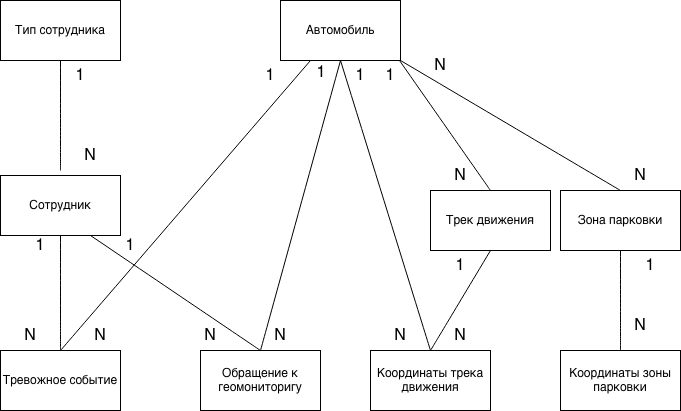
Before: sem4/db/coursework/myPhoto/schema.png, a diagram exported from draw.io (vizurth/poly). Source tidied: cells renumbered, new cells last; positions are measured from the earlier drawing's top-left corner, leaving out a move shared by most shapes.
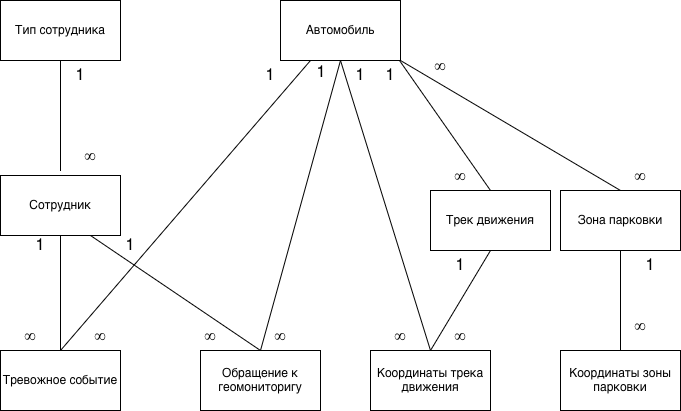
After the change.

The edit, as a diff of the source:
```diff
@@ -61,43 +61,43 @@
     <mxCell id="19" value="1" style="text;html=1;whiteSpace=wrap;strokeColor=none;fillColor=none;align=center;verticalAlign=middle;rounded=0;fontSize=16;" parent="1" vertex="1">
       <mxGeometry x="50" y="60" width="60" height="30" as="geometry" />
     </mxCell>
-    <mxCell id="20" value="N" style="text;html=1;whiteSpace=wrap;strokeColor=none;fillColor=none;align=center;verticalAlign=middle;rounded=0;fontSize=16;" parent="1" vertex="1">
+    <mxCell id="20" value="&lt;span style=&quot;font-size:12pt;font-family:'Times New Roman',serif;color:#000000;background-color:transparent;font-weight:400;font-style:normal;font-variant:normal;text-decoration:none;vertical-align:baseline;white-space:pre;white-space:pre-wrap;&quot; id=&quot;docs-internal-guid-0c4a8c4d-7fff-d6dd-e139-eca4c9bde8dc&quot;&gt;∞&lt;/span&gt;" style="text;html=1;whiteSpace=wrap;strokeColor=none;fillColor=none;align=center;verticalAlign=middle;rounded=0;fontSize=16;" parent="1" vertex="1">
       <mxGeometry x="60" y="140" width="60" height="30" as="geometry" />
     </mxCell>
     <mxCell id="21" value="1" style="text;html=1;whiteSpace=wrap;strokeColor=none;fillColor=none;align=center;verticalAlign=middle;rounded=0;fontSize=16;" parent="1" vertex="1">
       <mxGeometry x="10" y="230" width="60" height="30" as="geometry" />
     </mxCell>
-    <mxCell id="22" value="N" style="text;html=1;whiteSpace=wrap;strokeColor=none;fillColor=none;align=center;verticalAlign=middle;rounded=0;fontSize=16;" parent="1" vertex="1">
+    <mxCell id="22" value="&lt;span style=&quot;font-size:12pt;font-family:'Times New Roman',serif;color:#000000;background-color:transparent;font-weight:400;font-style:normal;font-variant:normal;text-decoration:none;vertical-align:baseline;white-space:pre;white-space:pre-wrap;&quot; id=&quot;docs-internal-guid-0c4a8c4d-7fff-d6dd-e139-eca4c9bde8dc&quot;&gt;∞&lt;/span&gt;" style="text;html=1;whiteSpace=wrap;strokeColor=none;fillColor=none;align=center;verticalAlign=middle;rounded=0;fontSize=16;" parent="1" vertex="1">
       <mxGeometry y="320" width="60" height="30" as="geometry" />
     </mxCell>
-    <mxCell id="23" value="N" style="text;html=1;whiteSpace=wrap;strokeColor=none;fillColor=none;align=center;verticalAlign=middle;rounded=0;fontSize=16;" parent="1" vertex="1">
+    <mxCell id="23" value="&lt;span style=&quot;font-size:12pt;font-family:'Times New Roman',serif;color:#000000;background-color:transparent;font-weight:400;font-style:normal;font-variant:normal;text-decoration:none;vertical-align:baseline;white-space:pre;white-space:pre-wrap;&quot; id=&quot;docs-internal-guid-0c4a8c4d-7fff-d6dd-e139-eca4c9bde8dc&quot;&gt;∞&lt;/span&gt;" style="text;html=1;whiteSpace=wrap;strokeColor=none;fillColor=none;align=center;verticalAlign=middle;rounded=0;fontSize=16;" parent="1" vertex="1">
       <mxGeometry x="70" y="320" width="60" height="30" as="geometry" />
     </mxCell>
     <mxCell id="24" value="1" style="text;html=1;whiteSpace=wrap;strokeColor=none;fillColor=none;align=center;verticalAlign=middle;rounded=0;fontSize=16;" parent="1" vertex="1">
       <mxGeometry x="240" y="60" width="60" height="30" as="geometry" />
     </mxCell>
-    <mxCell id="25" value="N" style="text;html=1;whiteSpace=wrap;strokeColor=none;fillColor=none;align=center;verticalAlign=middle;rounded=0;fontSize=16;" parent="1" vertex="1">
+    <mxCell id="25" value="&lt;meta charset=&quot;utf-8&quot;&gt;&lt;span style=&quot;font-size:12pt;font-family:'Times New Roman',serif;color:#000000;background-color:transparent;font-weight:400;font-style:normal;font-variant:normal;text-decoration:none;vertical-align:baseline;white-space:pre;white-space:pre-wrap;&quot; id=&quot;docs-internal-guid-0c4a8c4d-7fff-d6dd-e139-eca4c9bde8dc&quot;&gt;∞&lt;/span&gt;" style="text;html=1;whiteSpace=wrap;strokeColor=none;fillColor=none;align=center;verticalAlign=middle;rounded=0;fontSize=16;" parent="1" vertex="1">
       <mxGeometry x="410" y="50" width="60" height="30" as="geometry" />
     </mxCell>
-    <mxCell id="26" value="N" style="text;html=1;whiteSpace=wrap;strokeColor=none;fillColor=none;align=center;verticalAlign=middle;rounded=0;fontSize=16;" parent="1" vertex="1">
+    <mxCell id="26" value="&lt;span style=&quot;font-size:12pt;font-family:'Times New Roman',serif;color:#000000;background-color:transparent;font-weight:400;font-style:normal;font-variant:normal;text-decoration:none;vertical-align:baseline;white-space:pre;white-space:pre-wrap;&quot; id=&quot;docs-internal-guid-0c4a8c4d-7fff-d6dd-e139-eca4c9bde8dc&quot;&gt;∞&lt;/span&gt;" style="text;html=1;whiteSpace=wrap;strokeColor=none;fillColor=none;align=center;verticalAlign=middle;rounded=0;fontSize=16;" parent="1" vertex="1">
       <mxGeometry x="250" y="320" width="60" height="30" as="geometry" />
     </mxCell>
-    <mxCell id="27" value="N" style="text;html=1;whiteSpace=wrap;strokeColor=none;fillColor=none;align=center;verticalAlign=middle;rounded=0;fontSize=16;" parent="1" vertex="1">
+    <mxCell id="27" value="&lt;span style=&quot;font-size:12pt;font-family:'Times New Roman',serif;color:#000000;background-color:transparent;font-weight:400;font-style:normal;font-variant:normal;text-decoration:none;vertical-align:baseline;white-space:pre;white-space:pre-wrap;&quot; id=&quot;docs-internal-guid-0c4a8c4d-7fff-d6dd-e139-eca4c9bde8dc&quot;&gt;∞&lt;/span&gt;" style="text;html=1;whiteSpace=wrap;strokeColor=none;fillColor=none;align=center;verticalAlign=middle;rounded=0;fontSize=16;" parent="1" vertex="1">
       <mxGeometry x="430" y="160" width="60" height="30" as="geometry" />
     </mxCell>
-    <mxCell id="28" value="N" style="text;html=1;whiteSpace=wrap;strokeColor=none;fillColor=none;align=center;verticalAlign=middle;rounded=0;fontSize=16;" parent="1" vertex="1">
+    <mxCell id="28" value="&lt;span style=&quot;font-size:12pt;font-family:'Times New Roman',serif;color:#000000;background-color:transparent;font-weight:400;font-style:normal;font-variant:normal;text-decoration:none;vertical-align:baseline;white-space:pre;white-space:pre-wrap;&quot; id=&quot;docs-internal-guid-0c4a8c4d-7fff-d6dd-e139-eca4c9bde8dc&quot;&gt;∞&lt;/span&gt;" style="text;html=1;whiteSpace=wrap;strokeColor=none;fillColor=none;align=center;verticalAlign=middle;rounded=0;fontSize=16;" parent="1" vertex="1">
       <mxGeometry x="610" y="160" width="60" height="30" as="geometry" />
     </mxCell>
     <mxCell id="29" value="1" style="text;html=1;whiteSpace=wrap;strokeColor=none;fillColor=none;align=center;verticalAlign=middle;rounded=0;fontSize=16;" parent="1" vertex="1">
       <mxGeometry x="620" y="250" width="60" height="30" as="geometry" />
     </mxCell>
-    <mxCell id="30" value="N" style="text;html=1;whiteSpace=wrap;strokeColor=none;fillColor=none;align=center;verticalAlign=middle;rounded=0;fontSize=16;" parent="1" vertex="1">
+    <mxCell id="30" value="&lt;span style=&quot;font-size:12pt;font-family:'Times New Roman',serif;color:#000000;background-color:transparent;font-weight:400;font-style:normal;font-variant:normal;text-decoration:none;vertical-align:baseline;white-space:pre;white-space:pre-wrap;&quot; id=&quot;docs-internal-guid-0c4a8c4d-7fff-d6dd-e139-eca4c9bde8dc&quot;&gt;∞&lt;/span&gt;" style="text;html=1;whiteSpace=wrap;strokeColor=none;fillColor=none;align=center;verticalAlign=middle;rounded=0;fontSize=16;" parent="1" vertex="1">
       <mxGeometry x="610" y="310" width="60" height="30" as="geometry" />
     </mxCell>
     <mxCell id="31" value="1" style="text;html=1;whiteSpace=wrap;strokeColor=none;fillColor=none;align=center;verticalAlign=middle;rounded=0;fontSize=16;" parent="1" vertex="1">
       <mxGeometry x="430" y="250" width="60" height="30" as="geometry" />
     </mxCell>
-    <mxCell id="32" value="N" style="text;html=1;whiteSpace=wrap;strokeColor=none;fillColor=none;align=center;verticalAlign=middle;rounded=0;fontSize=16;" parent="1" vertex="1">
+    <mxCell id="32" value="&lt;span style=&quot;font-size:12pt;font-family:'Times New Roman',serif;color:#000000;background-color:transparent;font-weight:400;font-style:normal;font-variant:normal;text-decoration:none;vertical-align:baseline;white-space:pre;white-space:pre-wrap;&quot; id=&quot;docs-internal-guid-0c4a8c4d-7fff-d6dd-e139-eca4c9bde8dc&quot;&gt;∞&lt;/span&gt;" style="text;html=1;whiteSpace=wrap;strokeColor=none;fillColor=none;align=center;verticalAlign=middle;rounded=0;fontSize=16;" parent="1" vertex="1">
       <mxGeometry x="430" y="320" width="60" height="30" as="geometry" />
     </mxCell>
     <mxCell id="33" value="&lt;div&gt;1&lt;/div&gt;" style="text;html=1;whiteSpace=wrap;strokeColor=none;fillColor=none;align=center;verticalAlign=middle;rounded=0;fontSize=16;" parent="1" vertex="1">
@@ -106,7 +106,7 @@
     <mxCell id="34" style="endArrow=none;html=1;rounded=0;fontSize=12;startSize=8;endSize=8;curved=1;entryX=0.75;entryY=1;entryDx=0;entryDy=0;exitX=0.5;exitY=0;exitDx=0;exitDy=0;" parent="1" edge="1" source="6" target="3">
       <mxGeometry relative="1" as="geometry" />
     </mxCell>
-    <mxCell id="35" value="N" style="text;html=1;whiteSpace=wrap;strokeColor=none;fillColor=none;align=center;verticalAlign=middle;rounded=0;fontSize=16;" parent="1" vertex="1">
+    <mxCell id="35" value="&lt;span style=&quot;font-size:12pt;font-family:'Times New Roman',serif;color:#000000;background-color:transparent;font-weight:400;font-style:normal;font-variant:normal;text-decoration:none;vertical-align:baseline;white-space:pre;white-space:pre-wrap;&quot; id=&quot;docs-internal-guid-0c4a8c4d-7fff-d6dd-e139-eca4c9bde8dc&quot;&gt;∞&lt;/span&gt;" style="text;html=1;whiteSpace=wrap;strokeColor=none;fillColor=none;align=center;verticalAlign=middle;rounded=0;fontSize=16;" parent="1" vertex="1">
       <mxGeometry x="180" y="320" width="60" height="30" as="geometry" />
     </mxCell>
     <mxCell id="36" value="1" style="text;html=1;whiteSpace=wrap;strokeColor=none;fillColor=none;align=center;verticalAlign=middle;rounded=0;fontSize=16;" parent="1" vertex="1">
@@ -118,7 +118,7 @@
     <mxCell id="38" style="endArrow=none;html=1;rounded=0;fontSize=12;startSize=8;endSize=8;curved=1;entryX=0.5;entryY=1;entryDx=0;entryDy=0;exitX=0.5;exitY=0;exitDx=0;exitDy=0;" parent="1" edge="1" source="10" target="5">
       <mxGeometry relative="1" as="geometry" />
     </mxCell>
-    <mxCell id="39" value="N" style="text;html=1;whiteSpace=wrap;strokeColor=none;fillColor=none;align=center;verticalAlign=middle;rounded=0;fontSize=16;" parent="1" vertex="1">
+    <mxCell id="39" value="&lt;span style=&quot;font-size:12pt;font-family:'Times New Roman',serif;color:#000000;background-color:transparent;font-weight:400;font-style:normal;font-variant:normal;text-decoration:none;vertical-align:baseline;white-space:pre;white-space:pre-wrap;&quot; id=&quot;docs-internal-guid-0c4a8c4d-7fff-d6dd-e139-eca4c9bde8dc&quot;&gt;∞&lt;/span&gt;" style="text;html=1;whiteSpace=wrap;strokeColor=none;fillColor=none;align=center;verticalAlign=middle;rounded=0;fontSize=16;" parent="1" vertex="1">
       <mxGeometry x="370" y="320" width="60" height="30" as="geometry" />
     </mxCell>
     <mxCell id="40" value="&lt;div&gt;1&lt;/div&gt;" style="text;html=1;whiteSpace=wrap;strokeColor=none;fillColor=none;align=center;verticalAlign=middle;rounded=0;fontSize=16;" parent="1" vertex="1">
```
